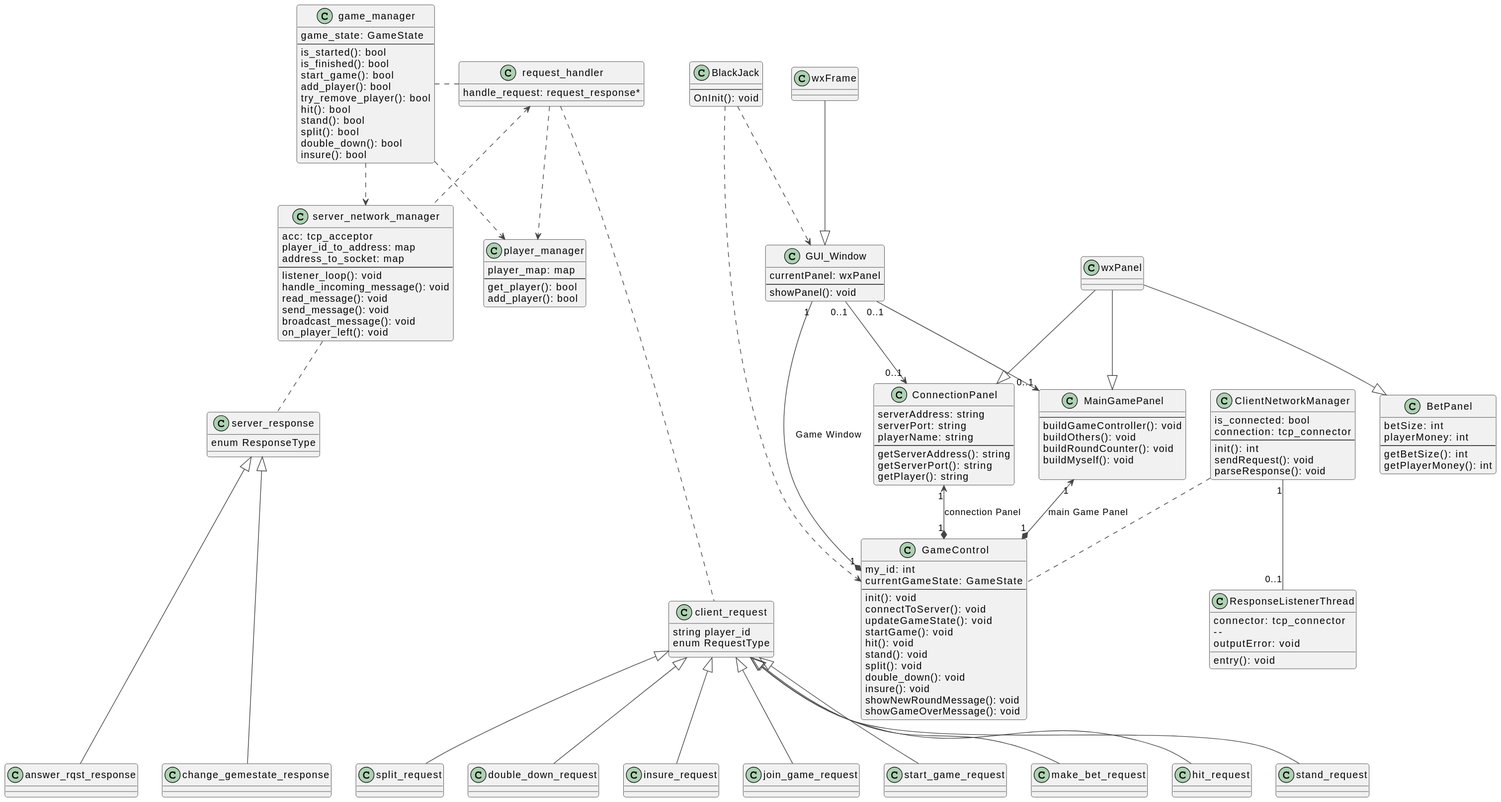
Above: sds/client_server_classdiag.svg in luca-commits/blackjack (PlantUML), before the change.
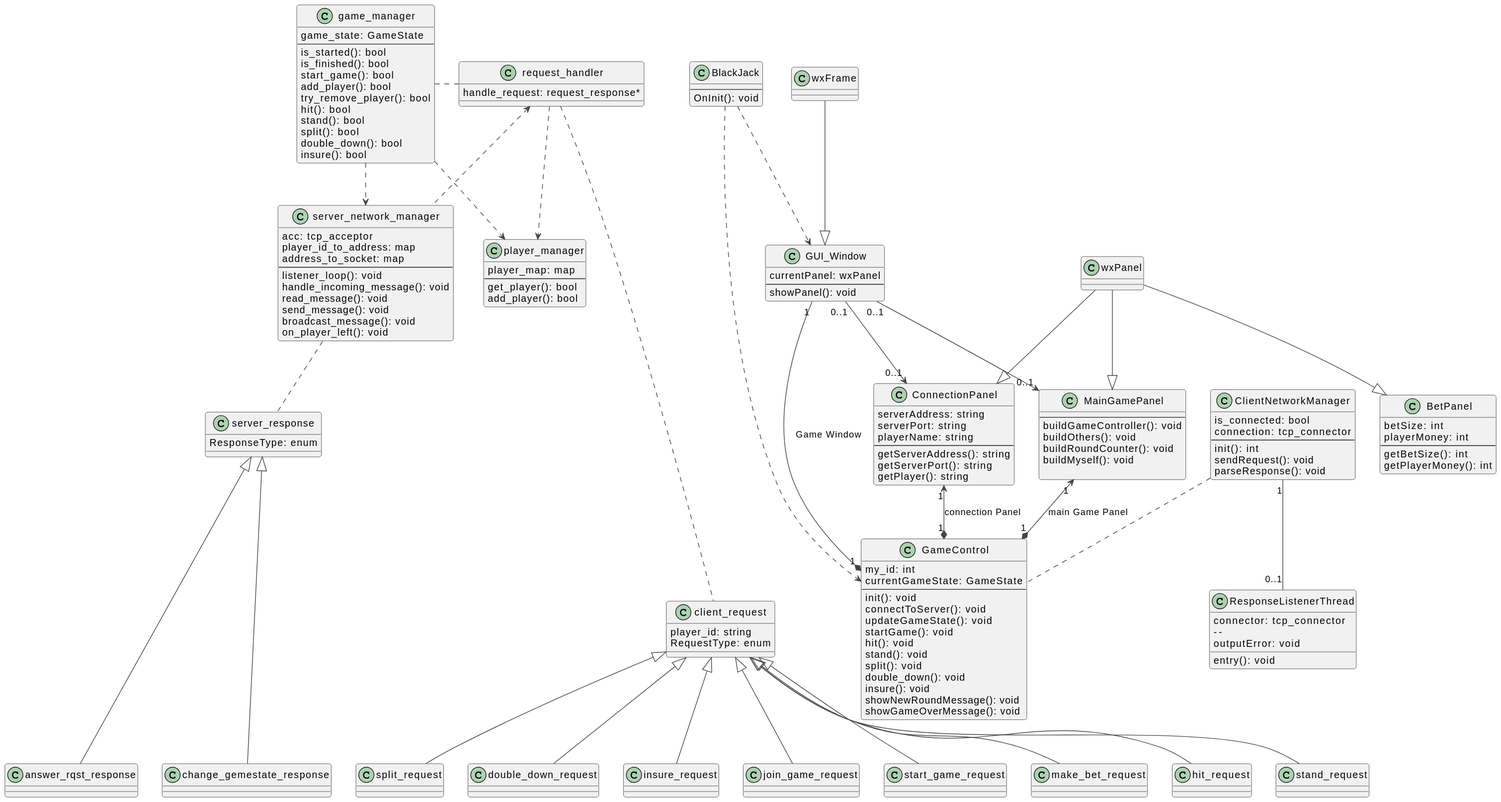
Later version of the same file.

Commit message:
correction diagrams

The edit, as a diff of the source:
```diff
@@ -155,8 +155,8 @@
 together {
 
 class client_request{
-string player_id
-enum RequestType
+player_id: string
+RequestType: enum
 }
 client_request <|-- join_game_request
 client_request <|-- start_game_request
@@ -169,7 +169,7 @@
 
 
 class server_response{
-enum ResponseType
+ResponseType: enum
 }
 server_response <|-up-  answer_rqst_response
 server_response <|-up-  change_gemestate_response
```
